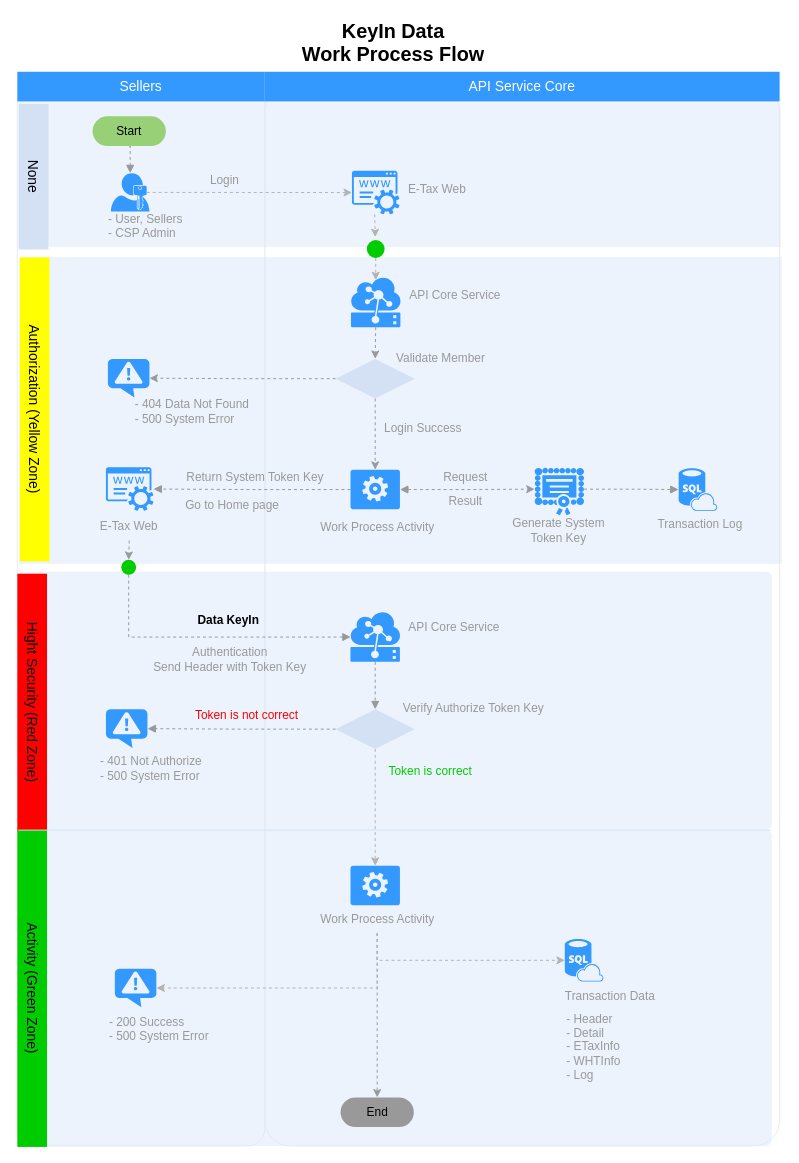
nirawat/eTax keeps this draw.io diagram as KeyIn Data.drawio. Above is the earlier version. Source tidied: cells renumbered, new cells numbered last; positions are measured from the earlier drawing's top-left corner, leaving out a move shared by most shapes. Both pictures are drawn from the tidied source at 99%, with x=0, y=0 at pixel (-127, 17).
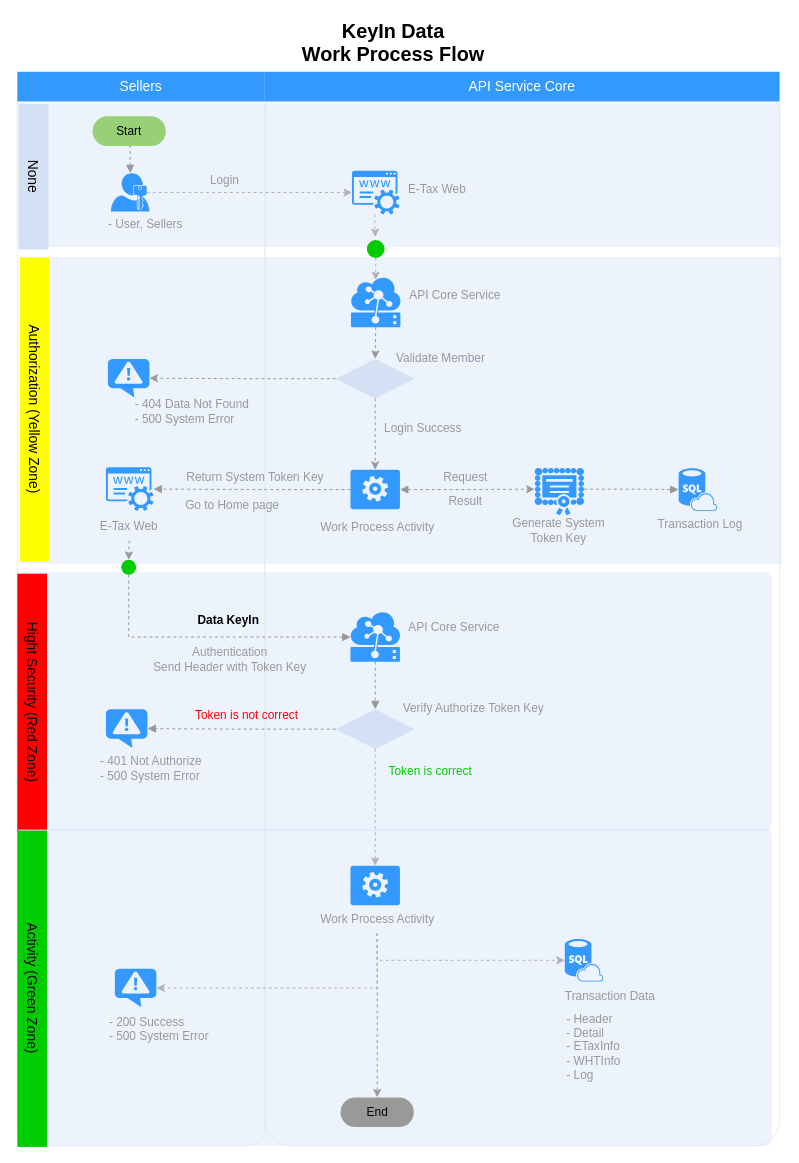
The same page after the edit.

Diff of the diagram source:
```diff
@@
-    <mxCell id="77" value="&lt;font color=&quot;#999999&quot; style=&quot;font-size: 12px&quot;&gt;- User, Sellers&lt;br&gt;- CSP Admin&lt;br&gt;&lt;br&gt;&lt;/font&gt;" style="text;html=1;strokeColor=none;fillColor=none;align=left;verticalAlign=middle;whiteSpace=wrap;rounded=0;fontSize=12;" parent="1" vertex="1">
-      <mxGeometry x="234.5" y="198" width="120" height="40" as="geometry" />
+    <mxCell id="77" value="&lt;font color=&quot;#999999&quot; style=&quot;font-size: 12px&quot;&gt;- User, Sellers&lt;br&gt;&lt;/font&gt;" style="text;html=1;strokeColor=none;fillColor=none;align=left;verticalAlign=middle;whiteSpace=wrap;rounded=0;fontSize=12;" parent="1" vertex="1">
+      <mxGeometry x="235" y="198" width="120" height="22" as="geometry" />
     </mxCell>
```
